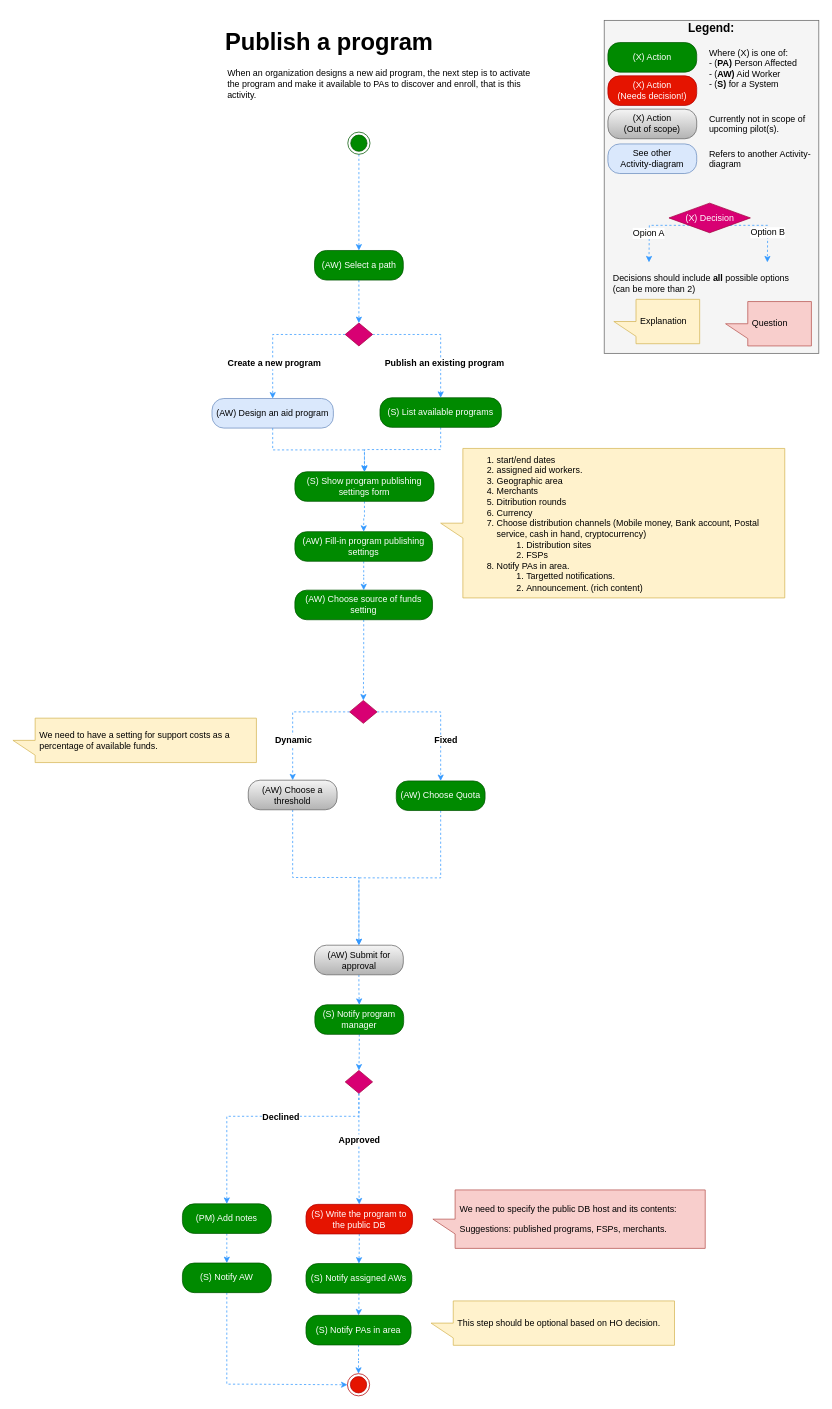
The draw.io diagram Activity Diagrams/Publish a program activity.drawio in nsward/diagrams, before the edit. Source tidied: cells renumbered, new cells numbered last; positions are measured from the earlier drawing's top-left corner, leaving out a move shared by most shapes. Both pictures are drawn from the tidied source at 74%, with x=0, y=0 at pixel (13, 13).
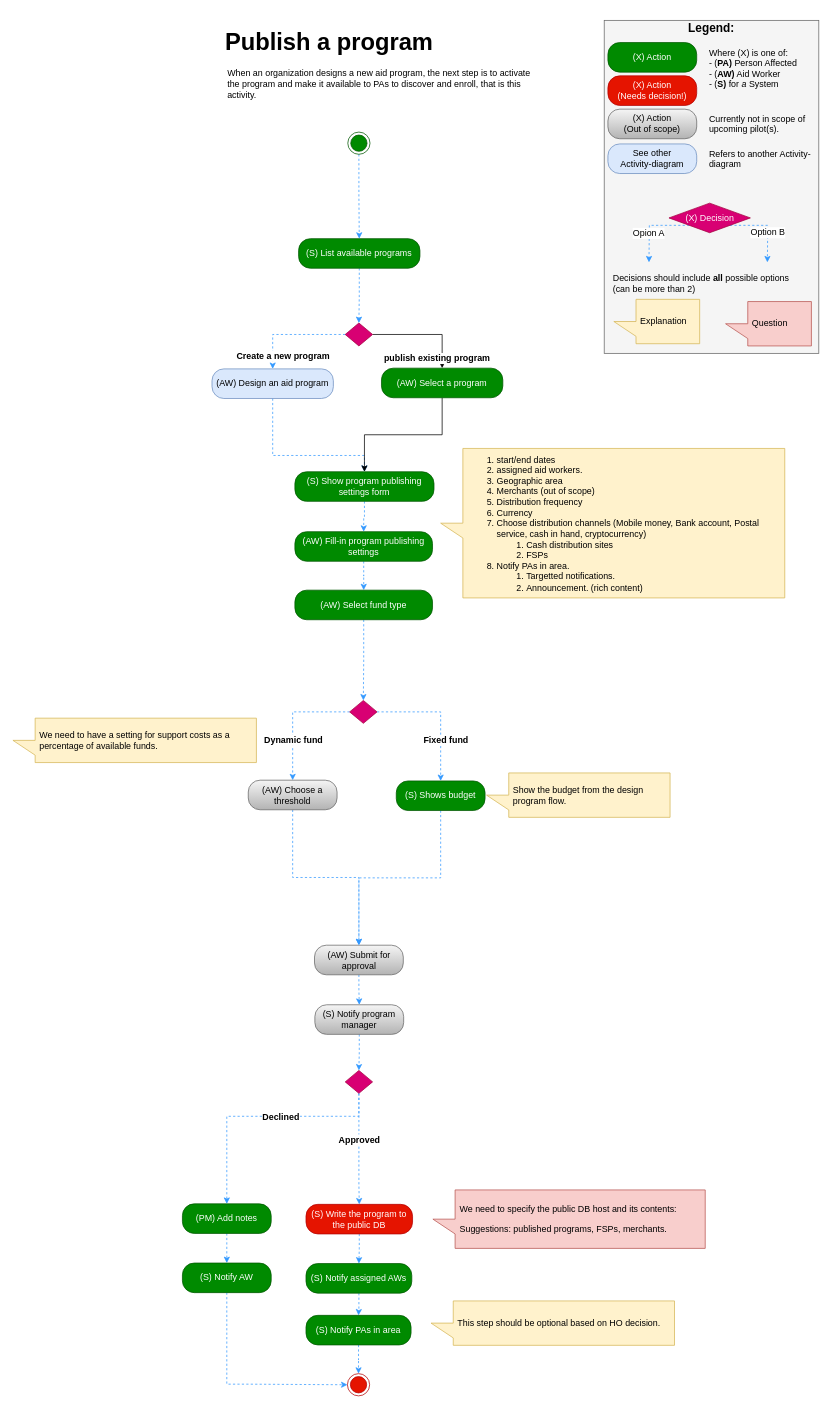
The same diagram, later.

Unchanged cells that the change refers to:
```xml
<mxCell id="3" style="ellipse;html=1;shape=endState;fillColor=#008a00;strokeColor=#005700;fontColor=#ffffff;" parent="1" vertex="1">
  <mxGeometry x="452.5" y="161" width="30" height="30" as="geometry" />
</mxCell>
<mxCell id="9" value="(S) Show program publishing settings form" style="rounded=1;whiteSpace=wrap;html=1;arcSize=40;fillColor=#008a00;strokeColor=#005700;fontColor=#ffffff;" parent="1" vertex="1">
  <mxGeometry x="381" y="620" width="188" height="40" as="geometry" />
</mxCell>
<mxCell id="39" value="&lt;span&gt;&lt;br&gt;&lt;/span&gt;" style="rhombus;whiteSpace=wrap;html=1;fillColor=#d80073;strokeColor=#A50040;fontColor=#ffffff;" parent="1" vertex="1">
  <mxGeometry x="449" y="419" width="37" height="31" as="geometry" />
</mxCell>
<mxCell id="54" style="edgeStyle=orthogonalEdgeStyle;rounded=0;jettySize=auto;html=1;entryX=0.5;entryY=0;entryDx=0;entryDy=0;dashed=1;fontColor=#ffffff;strokeColor=#3399FF;" parent="1" edge="1" source="58" target="60">
  <mxGeometry relative="1" as="geometry" />
</mxCell>
<mxCell id="56" style="edgeStyle=orthogonalEdgeStyle;rounded=0;jettySize=auto;html=1;entryX=0.5;entryY=0;entryDx=0;entryDy=0;dashed=1;fontColor=#ffffff;strokeColor=#3399FF;" parent="1" edge="1" source="58" target="62">
  <mxGeometry relative="1" as="geometry" />
</mxCell>
```

Diff of the diagram source:
```diff
@@
-    <mxCell id="2" style="edgeStyle=orthogonalEdgeStyle;rounded=0;jettySize=auto;html=1;entryX=0.5;entryY=0;entryDx=0;entryDy=0;dashed=1;strokeColor=#3399FF;fontColor=#000000;" parent="1" edge="1" source="3" target="7">
+    <mxCell id="2" style="edgeStyle=orthogonalEdgeStyle;rounded=0;jettySize=auto;html=1;entryX=0.5;entryY=0;entryDx=0;entryDy=0;dashed=1;strokeColor=#3399FF;fontColor=#000000;" parent="1" edge="1" source="3" target="41">
       <mxGeometry relative="1" as="geometry" />
     </mxCell>
@@
-    <mxCell id="4" style="edgeStyle=orthogonalEdgeStyle;rounded=0;jettySize=auto;html=1;dashed=1;fontColor=#ffffff;strokeColor=#3399FF;entryX=0.5;entryY=0;entryDx=0;entryDy=0;" parent="1" edge="1" source="39" target="41">
-      <mxGeometry relative="1" as="geometry" />
-    </mxCell>
-    <mxCell id="5" value="&lt;font color=&quot;#000000&quot;&gt;Publish an existing program&lt;/font&gt;" style="text;html=1;align=center;verticalAlign=middle;labelBackgroundColor=#ffffff;fontColor=#ffffff;fontStyle=1;" parent="4" vertex="1">
-      <mxGeometry x="-0.37" y="-1" relative="1" as="geometry">
-        <mxPoint x="40.5" y="37.5" as="offset" />
-      </mxGeometry>
-    </mxCell>
-    <mxCell id="6" style="edgeStyle=orthogonalEdgeStyle;rounded=0;jettySize=auto;html=1;entryX=0.5;entryY=0;entryDx=0;entryDy=0;dashed=1;fontColor=#ffffff;strokeColor=#3399FF;" parent="1" edge="1" source="7" target="39">
+    <mxCell id="6" style="edgeStyle=orthogonalEdgeStyle;rounded=0;jettySize=auto;html=1;entryX=0.5;entryY=0;entryDx=0;entryDy=0;dashed=1;fontColor=#ffffff;strokeColor=#3399FF;exitX=0.5;exitY=1;exitDx=0;exitDy=0;" parent="1" edge="1" source="41" target="39">
       <mxGeometry relative="1" as="geometry" />
     </mxCell>
-    <mxCell id="7" value="(AW) Select a path" style="rounded=1;whiteSpace=wrap;html=1;arcSize=40;fillColor=#008a00;strokeColor=#005700;fontColor=#ffffff;" parent="1" vertex="1">
-      <mxGeometry x="407.5" y="321" width="120" height="40" as="geometry" />
-    </mxCell>
@@
-    <mxCell id="13" value="(AW) Choose source of funds setting" style="rounded=1;whiteSpace=wrap;html=1;arcSize=40;fillColor=#008a00;strokeColor=#005700;fontColor=#ffffff;" parent="1" vertex="1">
+    <mxCell id="13" value="(AW) Select fund type" style="rounded=1;whiteSpace=wrap;html=1;arcSize=40;fillColor=#008a00;strokeColor=#005700;fontColor=#ffffff;" parent="1" vertex="1">
       <mxGeometry x="381" y="780" width="186" height="40" as="geometry" />
     </mxCell>
@@
+    <mxCell id="78" style="edgeStyle=orthogonalEdgeStyle;rounded=0;jettySize=auto;html=1;exitX=1;exitY=0.5;exitDx=0;exitDy=0;entryX=0.5;entryY=0;entryDx=0;entryDy=0;" parent="1" edge="1" source="39" target="81">
+      <mxGeometry relative="1" as="geometry" />
+    </mxCell>
+    <mxCell id="79" value="&lt;b&gt;publish existing program&lt;/b&gt;" style="text;html=1;align=center;verticalAlign=middle;labelBackgroundColor=#ffffff;" parent="78" vertex="1">
+      <mxGeometry x="-0.06" y="-36" relative="1" as="geometry">
+        <mxPoint x="20.5" y="-4" as="offset" />
+      </mxGeometry>
+    </mxCell>
@@
-    <mxCell id="40" style="edgeStyle=orthogonalEdgeStyle;rounded=0;jettySize=auto;html=1;entryX=0.5;entryY=0;entryDx=0;entryDy=0;dashed=1;strokeColor=#3399FF;fontColor=#000000;" parent="1" edge="1" source="41" target="9">
-      <mxGeometry relative="1" as="geometry" />
-    </mxCell>
     <mxCell id="41" value="(S) List available programs" style="rounded=1;whiteSpace=wrap;html=1;arcSize=40;fillColor=#008a00;strokeColor=#005700;fontColor=#ffffff;" parent="1" vertex="1">
-      <mxGeometry x="496" y="520" width="164" height="40" as="geometry" />
+      <mxGeometry x="386" y="305" width="164" height="40" as="geometry" />
     </mxCell>
     <mxCell id="42" style="edgeStyle=orthogonalEdgeStyle;rounded=0;jettySize=auto;html=1;entryX=0.5;entryY=0;entryDx=0;entryDy=0;dashed=1;strokeColor=#3399FF;fontColor=#000000;" parent="1" edge="1" source="43" target="9">
-      <mxGeometry relative="1" as="geometry" />
+      <mxGeometry relative="1" as="geometry">
+        <Array as="points">
+          <mxPoint x="351" y="598" />
+          <mxPoint x="475" y="598" />
+        </Array>
+      </mxGeometry>
     </mxCell>
     <mxCell id="43" value="(AW) Design an aid program" style="rounded=1;whiteSpace=wrap;html=1;arcSize=40;fillColor=#dae8fc;strokeColor=#6c8ebf;fontColor=#000000;" parent="1" vertex="1">
-      <mxGeometry x="269" y="521" width="164" height="40" as="geometry" />
+      <mxGeometry x="269" y="481" width="164" height="40" as="geometry" />
     </mxCell>
@@
-    <mxCell id="52" value="&lt;p&gt;&lt;/p&gt;&lt;ol&gt;&lt;li&gt;start/end dates&lt;/li&gt;&lt;li&gt;assigned aid workers.&lt;/li&gt;&lt;li&gt;Geographic area&lt;/li&gt;&lt;li&gt;Merchants&lt;/li&gt;&lt;li&gt;Ditribution rounds&lt;/li&gt;&lt;li&gt;Currency&lt;br&gt;&lt;/li&gt;&lt;li&gt;Choose distribution channels (Mobile money, Bank account, Postal service, cash in hand, cryptocurrency)&lt;/li&gt;&lt;ol&gt;&lt;li&gt;Distribution sites&lt;/li&gt;&lt;li&gt;FSPs&lt;/li&gt;&lt;/ol&gt;&lt;li&gt;Notify PAs in area.&lt;/li&gt;&lt;ol&gt;&lt;li&gt;Targetted notifications.&lt;/li&gt;&lt;li&gt;Announcement. (rich content)&amp;nbsp;&lt;/li&gt;&lt;/ol&gt;&lt;/ol&gt;&lt;p&gt;&lt;/p&gt;" style="shape=callout;whiteSpace=wrap;html=1;perimeter=calloutPerimeter;fillColor=#fff2cc;fontSize=12;align=left;strokeColor=#d6b656;spacingLeft=4;direction=south;" parent="1" vertex="1">
+    <mxCell id="52" value="&lt;p&gt;&lt;/p&gt;&lt;ol&gt;&lt;li&gt;start/end dates&lt;/li&gt;&lt;li&gt;assigned aid workers.&lt;/li&gt;&lt;li&gt;Geographic area&lt;/li&gt;&lt;li&gt;Merchants (out of scope)&lt;/li&gt;&lt;li&gt;Distribution frequency&lt;/li&gt;&lt;li&gt;Currency&lt;br&gt;&lt;/li&gt;&lt;li&gt;Choose distribution channels (Mobile money, Bank account, Postal service, cash in hand, cryptocurrency)&lt;/li&gt;&lt;ol&gt;&lt;li&gt;Cash distribution sites&lt;/li&gt;&lt;li&gt;FSPs&lt;/li&gt;&lt;/ol&gt;&lt;li&gt;Notify PAs in area.&lt;/li&gt;&lt;ol&gt;&lt;li&gt;Targetted notifications.&lt;/li&gt;&lt;li&gt;Announcement. (rich content)&amp;nbsp;&lt;/li&gt;&lt;/ol&gt;&lt;/ol&gt;&lt;p&gt;&lt;/p&gt;" style="shape=callout;whiteSpace=wrap;html=1;perimeter=calloutPerimeter;fillColor=#fff2cc;fontSize=12;align=left;strokeColor=#d6b656;spacingLeft=4;direction=south;" parent="1" vertex="1">
       <mxGeometry x="578" y="588.5" width="465" height="202" as="geometry" />
     </mxCell>
@@
-    <mxCell id="55" value="Fixed" style="text;html=1;align=center;verticalAlign=middle;labelBackgroundColor=#ffffff;fontStyle=1;" parent="54" vertex="1">
+    <mxCell id="55" value="Fixed fund" style="text;html=1;align=center;verticalAlign=middle;labelBackgroundColor=#ffffff;fontStyle=1;" parent="54" vertex="1">
       <mxGeometry x="-0.06" y="-29" relative="1" as="geometry">
         <mxPoint x="8" y="9" as="offset" />
       </mxGeometry>
     </mxCell>
@@
-    <mxCell id="57" value="Dynamic" style="text;html=1;align=center;verticalAlign=middle;labelBackgroundColor=#ffffff;fontStyle=1;" parent="56" vertex="1">
+    <mxCell id="57" value="Dynamic fund" style="text;html=1;align=center;verticalAlign=middle;labelBackgroundColor=#ffffff;fontStyle=1;" parent="56" vertex="1">
       <mxGeometry x="-0.12" y="35" relative="1" as="geometry">
         <mxPoint x="-2.5" y="3" as="offset" />
       </mxGeometry>
     </mxCell>
@@
-    <mxCell id="60" value="(AW) Choose Quota" style="rounded=1;whiteSpace=wrap;html=1;arcSize=40;fillColor=#008a00;strokeColor=#005700;fontColor=#ffffff;" parent="1" vertex="1">
+    <mxCell id="60" value="(S) Shows budget" style="rounded=1;whiteSpace=wrap;html=1;arcSize=40;fillColor=#008a00;strokeColor=#005700;fontColor=#ffffff;" parent="1" vertex="1">
       <mxGeometry x="518" y="1037.8" width="120" height="40" as="geometry" />
     </mxCell>
@@
-    <mxCell id="64" value="(S) Notify program manager&lt;br&gt;" style="rounded=1;whiteSpace=wrap;html=1;arcSize=40;fillColor=#008a00;strokeColor=#005700;fontColor=#ffffff;" parent="1" vertex="1">
+    <mxCell id="64" value="(S) Notify program manager&lt;br&gt;" style="rounded=1;whiteSpace=wrap;html=1;arcSize=40;fillColor=#f5f5f5;strokeColor=#666666;fontColor=#000000;gradientColor=#b3b3b3;" parent="1" vertex="1">
       <mxGeometry x="408" y="1340.3" width="120" height="40" as="geometry" />
     </mxCell>
@@
+    <mxCell id="80" style="edgeStyle=orthogonalEdgeStyle;rounded=0;jettySize=auto;html=1;entryX=0.5;entryY=0;entryDx=0;entryDy=0;" parent="1" edge="1" source="81" target="9">
+      <mxGeometry relative="1" as="geometry" />
+    </mxCell>
+    <mxCell id="81" value="(AW) Select a program" style="rounded=1;whiteSpace=wrap;html=1;arcSize=40;fillColor=#008a00;strokeColor=#005700;fontColor=#ffffff;" parent="1" vertex="1">
+      <mxGeometry x="498" y="480" width="164" height="40" as="geometry" />
+    </mxCell>
+    <mxCell id="82" value="&lt;p&gt;Show the budget from the design program flow.&lt;/p&gt;" style="shape=callout;whiteSpace=wrap;html=1;perimeter=calloutPerimeter;fillColor=#fff2cc;fontSize=12;align=left;strokeColor=#d6b656;spacingLeft=4;direction=south;" parent="1" vertex="1">
+      <mxGeometry x="640" y="1027" width="248" height="60" as="geometry" />
+    </mxCell>
```
